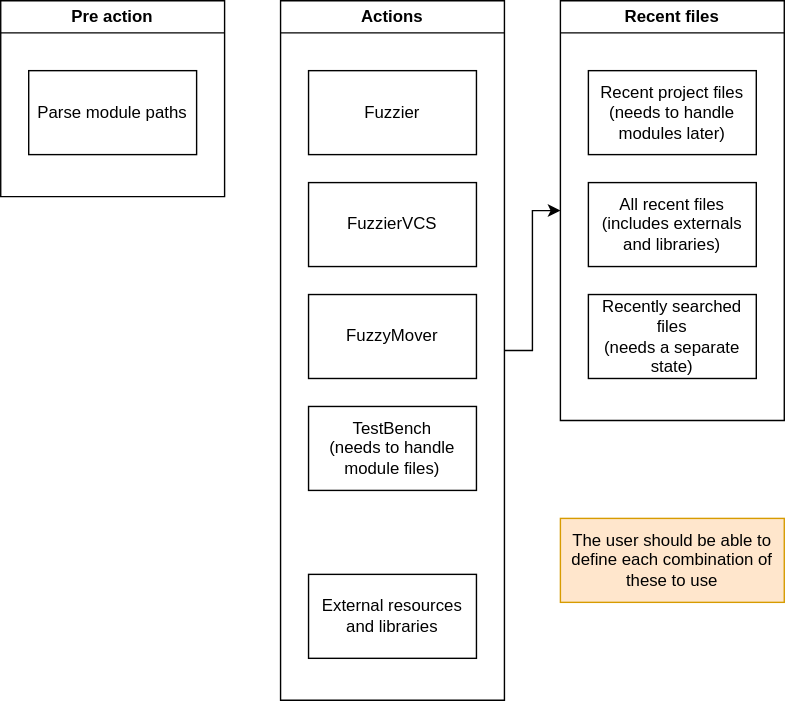
The draw.io diagram assets/FuzzierSearchPlanning.drawio.svg in MituuZ/fuzzier, before a commit. Source tidied: cells renumbered, new cells last; positions are measured from the earlier drawing's top-left corner, leaving out a move shared by most shapes.
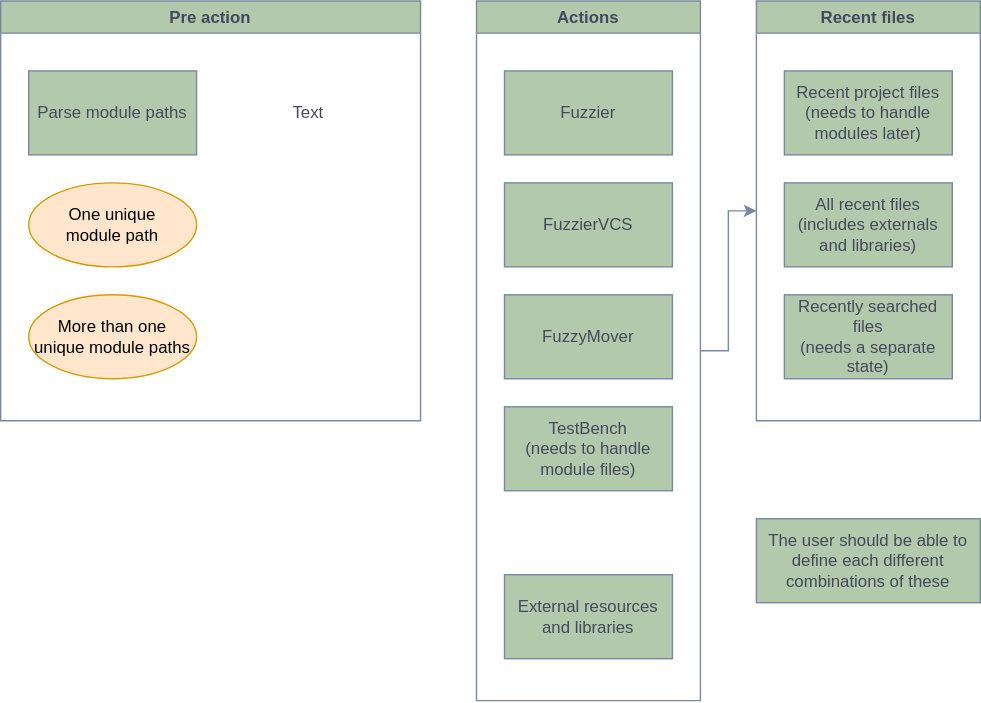
The same diagram one commit later.

The edit, as a diff of the source:
```diff
@@ -2,47 +2,56 @@
   <root>
     <mxCell id="0" />
     <mxCell id="1" parent="0" />
-    <mxCell id="2" style="edgeStyle=orthogonalEdgeStyle;rounded=0;jettySize=auto;html=1;entryX=0;entryY=0.5;entryDx=0;entryDy=0;" parent="1" edge="1" source="3" target="9">
+    <mxCell id="2" style="edgeStyle=orthogonalEdgeStyle;rounded=0;jettySize=auto;html=1;entryX=0;entryY=0.5;entryDx=0;entryDy=0;labelBackgroundColor=none;strokeColor=#788AA3;fontColor=default;" parent="1" edge="1" source="3" target="9">
       <mxGeometry relative="1" as="geometry" />
     </mxCell>
-    <mxCell id="3" value="Actions" style="swimlane;whiteSpace=wrap;html=1;" parent="1" vertex="1">
+    <mxCell id="3" value="Actions" style="swimlane;whiteSpace=wrap;html=1;labelBackgroundColor=none;fillColor=#B2C9AB;strokeColor=#788AA3;fontColor=#46495D;" parent="1" vertex="1">
       <mxGeometry x="200" width="160" height="500" as="geometry" />
     </mxCell>
-    <mxCell id="4" value="Fuzzier" style="rounded=0;whiteSpace=wrap;html=1;" parent="3" vertex="1">
+    <mxCell id="4" value="Fuzzier" style="rounded=0;whiteSpace=wrap;html=1;labelBackgroundColor=none;fillColor=#B2C9AB;strokeColor=#788AA3;fontColor=#46495D;" parent="3" vertex="1">
       <mxGeometry x="20" y="50" width="120" height="60" as="geometry" />
     </mxCell>
-    <mxCell id="5" value="FuzzierVCS" style="rounded=0;whiteSpace=wrap;html=1;" parent="3" vertex="1">
+    <mxCell id="5" value="FuzzierVCS" style="rounded=0;whiteSpace=wrap;html=1;labelBackgroundColor=none;fillColor=#B2C9AB;strokeColor=#788AA3;fontColor=#46495D;" parent="3" vertex="1">
       <mxGeometry x="20" y="130" width="120" height="60" as="geometry" />
     </mxCell>
-    <mxCell id="6" value="FuzzyMover" style="rounded=0;whiteSpace=wrap;html=1;" parent="3" vertex="1">
+    <mxCell id="6" value="FuzzyMover" style="rounded=0;whiteSpace=wrap;html=1;labelBackgroundColor=none;fillColor=#B2C9AB;strokeColor=#788AA3;fontColor=#46495D;" parent="3" vertex="1">
       <mxGeometry x="20" y="210" width="120" height="60" as="geometry" />
     </mxCell>
-    <mxCell id="7" value="External resources and libraries" style="rounded=0;whiteSpace=wrap;html=1;" parent="3" vertex="1">
+    <mxCell id="7" value="External resources and libraries" style="rounded=0;whiteSpace=wrap;html=1;labelBackgroundColor=none;fillColor=#B2C9AB;strokeColor=#788AA3;fontColor=#46495D;" parent="3" vertex="1">
       <mxGeometry x="20" y="410" width="120" height="60" as="geometry" />
     </mxCell>
-    <mxCell id="8" value="&lt;div&gt;TestBench&lt;/div&gt;&lt;div&gt;(needs to handle module files)&lt;br&gt;&lt;/div&gt;" style="rounded=0;whiteSpace=wrap;html=1;" parent="3" vertex="1">
+    <mxCell id="8" value="&lt;div&gt;TestBench&lt;/div&gt;&lt;div&gt;(needs to handle module files)&lt;br&gt;&lt;/div&gt;" style="rounded=0;whiteSpace=wrap;html=1;labelBackgroundColor=none;fillColor=#B2C9AB;strokeColor=#788AA3;fontColor=#46495D;" parent="3" vertex="1">
       <mxGeometry x="20" y="290" width="120" height="60" as="geometry" />
     </mxCell>
-    <mxCell id="9" value="Recent files" style="swimlane;whiteSpace=wrap;html=1;" parent="1" vertex="1">
+    <mxCell id="9" value="Recent files" style="swimlane;whiteSpace=wrap;html=1;labelBackgroundColor=none;fillColor=#B2C9AB;strokeColor=#788AA3;fontColor=#46495D;" parent="1" vertex="1">
       <mxGeometry x="400" width="160" height="300" as="geometry" />
     </mxCell>
-    <mxCell id="10" value="&lt;div&gt;Recent project files&lt;/div&gt;&lt;div&gt;(needs to handle modules later)&lt;br&gt;&lt;/div&gt;" style="rounded=0;whiteSpace=wrap;html=1;" parent="9" vertex="1">
+    <mxCell id="10" value="&lt;div&gt;Recent project files&lt;/div&gt;&lt;div&gt;(needs to handle modules later)&lt;br&gt;&lt;/div&gt;" style="rounded=0;whiteSpace=wrap;html=1;labelBackgroundColor=none;fillColor=#B2C9AB;strokeColor=#788AA3;fontColor=#46495D;" parent="9" vertex="1">
       <mxGeometry x="20" y="50" width="120" height="60" as="geometry" />
     </mxCell>
-    <mxCell id="11" value="&lt;div&gt;All recent files&lt;/div&gt;&lt;div&gt;(includes externals and libraries)&lt;br&gt;&lt;/div&gt;" style="rounded=0;whiteSpace=wrap;html=1;" parent="9" vertex="1">
+    <mxCell id="11" value="&lt;div&gt;All recent files&lt;/div&gt;&lt;div&gt;(includes externals and libraries)&lt;br&gt;&lt;/div&gt;" style="rounded=0;whiteSpace=wrap;html=1;labelBackgroundColor=none;fillColor=#B2C9AB;strokeColor=#788AA3;fontColor=#46495D;" parent="9" vertex="1">
       <mxGeometry x="20" y="130" width="120" height="60" as="geometry" />
     </mxCell>
-    <mxCell id="12" value="&lt;div&gt;Recently searched files&lt;/div&gt;&lt;div&gt;(needs a separate state)&lt;br&gt;&lt;/div&gt;" style="rounded=0;whiteSpace=wrap;html=1;" parent="9" vertex="1">
+    <mxCell id="12" value="&lt;div&gt;Recently searched files&lt;/div&gt;&lt;div&gt;(needs a separate state)&lt;br&gt;&lt;/div&gt;" style="rounded=0;whiteSpace=wrap;html=1;labelBackgroundColor=none;fillColor=#B2C9AB;strokeColor=#788AA3;fontColor=#46495D;" parent="9" vertex="1">
       <mxGeometry x="20" y="210" width="120" height="60" as="geometry" />
     </mxCell>
-    <mxCell id="13" value="The user should be able to define each combination of these to use" style="text;html=1;align=center;verticalAlign=middle;whiteSpace=wrap;rounded=0;fillColor=#ffe6cc;strokeColor=#d79b00;" parent="1" vertex="1">
+    <mxCell id="13" value="The user should be able to define each different combinations of these " style="text;html=1;align=center;verticalAlign=middle;whiteSpace=wrap;rounded=0;fillColor=#B2C9AB;strokeColor=#788AA3;labelBackgroundColor=none;fontColor=#46495D;" parent="1" vertex="1">
       <mxGeometry x="400" y="370" width="160" height="60" as="geometry" />
     </mxCell>
-    <mxCell id="14" value="Pre action" style="swimlane;whiteSpace=wrap;html=1;" parent="1" vertex="1">
-      <mxGeometry width="160" height="140" as="geometry" />
+    <mxCell id="14" value="Pre action" style="swimlane;whiteSpace=wrap;html=1;labelBackgroundColor=none;fillColor=#B2C9AB;strokeColor=#788AA3;fontColor=#46495D;" parent="1" vertex="1">
+      <mxGeometry x="-140" width="300" height="300" as="geometry" />
     </mxCell>
-    <mxCell id="15" value="Parse module paths" style="rounded=0;whiteSpace=wrap;html=1;" parent="14" vertex="1">
+    <mxCell id="15" value="Parse module paths" style="rounded=0;whiteSpace=wrap;html=1;labelBackgroundColor=none;fillColor=#B2C9AB;strokeColor=#788AA3;fontColor=#46495D;" parent="14" vertex="1">
       <mxGeometry x="20" y="50" width="120" height="60" as="geometry" />
     </mxCell>
+    <mxCell id="16" value="&lt;div&gt;One unique&lt;/div&gt;&lt;div&gt;module path&lt;br&gt;&lt;/div&gt;" style="ellipse;whiteSpace=wrap;html=1;labelBackgroundColor=none;fillColor=#ffe6cc;strokeColor=#d79b00;" parent="14" vertex="1">
+      <mxGeometry x="20" y="130" width="120" height="60" as="geometry" />
+    </mxCell>
+    <mxCell id="17" value="&lt;div&gt;More than one&lt;/div&gt;&lt;div&gt;unique module paths&lt;br&gt;&lt;/div&gt;" style="ellipse;whiteSpace=wrap;html=1;labelBackgroundColor=none;fillColor=#ffe6cc;strokeColor=#d79b00;" parent="14" vertex="1">
+      <mxGeometry x="20" y="210" width="120" height="60" as="geometry" />
+    </mxCell>
+    <mxCell id="18" value="Text" style="text;html=1;align=center;verticalAlign=middle;whiteSpace=wrap;rounded=0;fontColor=#46495D;" parent="14" vertex="1">
+      <mxGeometry x="160" y="50" width="120" height="60" as="geometry" />
+    </mxCell>
   </root>
 </mxGraphModel>
```
